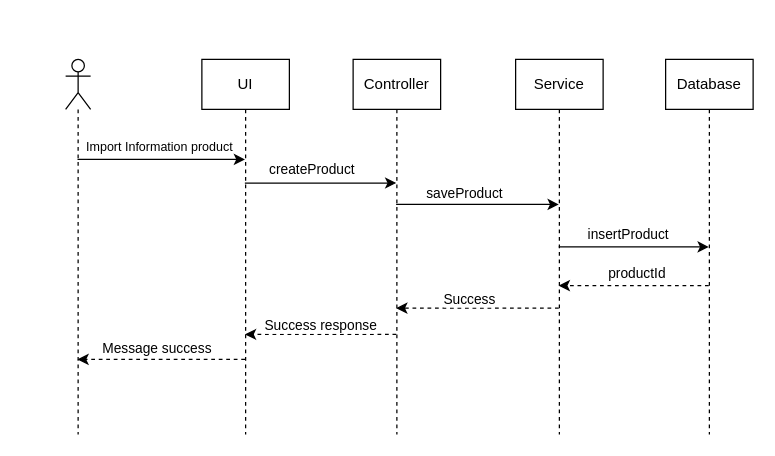
The draw.io diagram page "Trang-7" (7 of 8) of shitttt.drawio in Ly-Tien-Dat/doantt, before the edit. Source tidied: cells renumbered, new cells numbered last; positions are measured from the earlier drawing's top-left corner, leaving out a move shared by most shapes. Both pictures are drawn from the tidied source at 125%, with x=0, y=0 at pixel (65, 59).
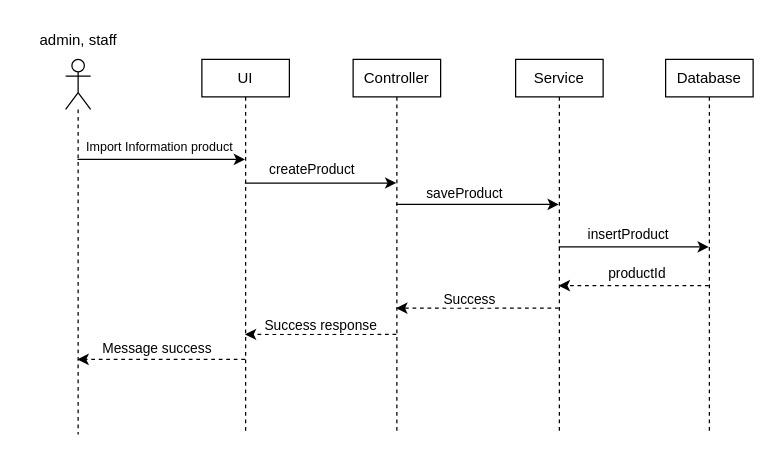
The same diagram, later.

Commit message:
Cập nhật shitttt.drawio

Diff of the diagram source:
```diff
@@
-    <mxCell id="4" style="shape=umlLifeline;perimeter=lifelinePerimeter;whiteSpace=wrap;html=1;outlineConnect=0;portConstraint=eastwest;newEdgeStyle={&quot;curved&quot;:0,&quot;rounded&quot;:0};participant=umlActor;" parent="1" vertex="1">
+    <mxCell id="4" style="shape=umlLifeline;perimeter=lifelinePerimeter;whiteSpace=wrap;html=1;outlineConnect=0;portConstraint=eastwest;newEdgeStyle={&quot;curved&quot;:0,&quot;rounded&quot;:0};participant=umlActor;size=40;" parent="1" vertex="1">
       <mxGeometry width="20" height="300" as="geometry" />
     </mxCell>
@@
-    <mxCell id="9" value="UI" style="shape=umlLifeline;perimeter=lifelinePerimeter;whiteSpace=wrap;html=1;outlineConnect=0;portConstraint=eastwest;newEdgeStyle={&quot;curved&quot;:0,&quot;rounded&quot;:0};" parent="1" vertex="1">
+    <mxCell id="9" value="UI" style="shape=umlLifeline;perimeter=lifelinePerimeter;whiteSpace=wrap;html=1;outlineConnect=0;portConstraint=eastwest;newEdgeStyle={&quot;curved&quot;:0,&quot;rounded&quot;:0};size=30;" parent="1" vertex="1">
       <mxGeometry x="109" width="70" height="300" as="geometry" />
     </mxCell>
@@
-    <mxCell id="14" value="Controller" style="shape=umlLifeline;perimeter=lifelinePerimeter;whiteSpace=wrap;html=1;newEdgeStyle={&quot;curved&quot;:0,&quot;rounded&quot;:0};" parent="1" vertex="1">
+    <mxCell id="14" value="Controller" style="shape=umlLifeline;perimeter=lifelinePerimeter;whiteSpace=wrap;html=1;newEdgeStyle={&quot;curved&quot;:0,&quot;rounded&quot;:0};size=30;" parent="1" vertex="1">
       <mxGeometry x="230" width="70" height="300" as="geometry" />
     </mxCell>
@@
-    <mxCell id="19" value="Service" style="shape=umlLifeline;perimeter=lifelinePerimeter;whiteSpace=wrap;html=1;outlineConnect=0;portConstraint=eastwest;newEdgeStyle={&quot;curved&quot;:0,&quot;rounded&quot;:0};" parent="1" vertex="1">
+    <mxCell id="19" value="Service" style="shape=umlLifeline;perimeter=lifelinePerimeter;whiteSpace=wrap;html=1;outlineConnect=0;portConstraint=eastwest;newEdgeStyle={&quot;curved&quot;:0,&quot;rounded&quot;:0};size=30;" parent="1" vertex="1">
       <mxGeometry x="360" width="70" height="300" as="geometry" />
     </mxCell>
@@
-    <mxCell id="22" value="Database" style="shape=umlLifeline;perimeter=lifelinePerimeter;whiteSpace=wrap;html=1;outlineConnect=0;portConstraint=eastwest;newEdgeStyle={&quot;curved&quot;:0,&quot;rounded&quot;:0};" parent="1" vertex="1">
+    <mxCell id="22" value="Database" style="shape=umlLifeline;perimeter=lifelinePerimeter;whiteSpace=wrap;html=1;outlineConnect=0;portConstraint=eastwest;newEdgeStyle={&quot;curved&quot;:0,&quot;rounded&quot;:0};size=30;" parent="1" vertex="1">
       <mxGeometry x="480" width="70" height="300" as="geometry" />
     </mxCell>
+    <mxCell id="23" value="admin, staff" style="text;html=1;align=center;verticalAlign=middle;strokeColor=none;fillColor=none;" parent="1" vertex="1">
+      <mxGeometry x="-35" y="-30" width="90" height="30" as="geometry" />
+    </mxCell>
```
